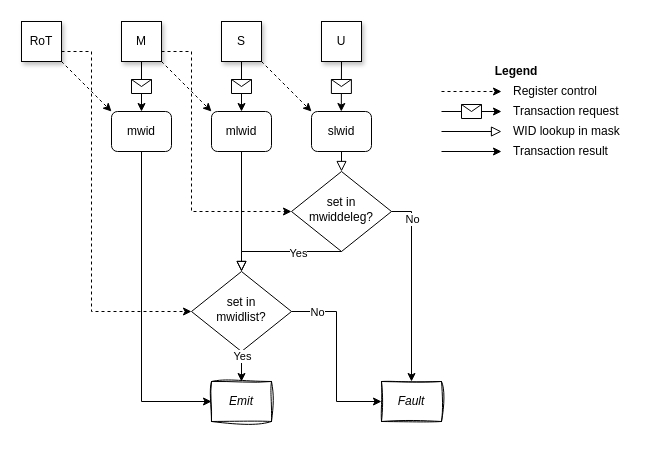
MIPS/riscv-partitioning keeps this draw.io diagram as src/images/WorldID-smwids.drawio. Above is the earlier version. Source tidied: cells renumbered, new cells numbered last; positions are measured from the earlier drawing's top-left corner, leaving out a move shared by most shapes. Both pictures are drawn from the tidied source at 100%, with x=0, y=0 at pixel (21, 21).
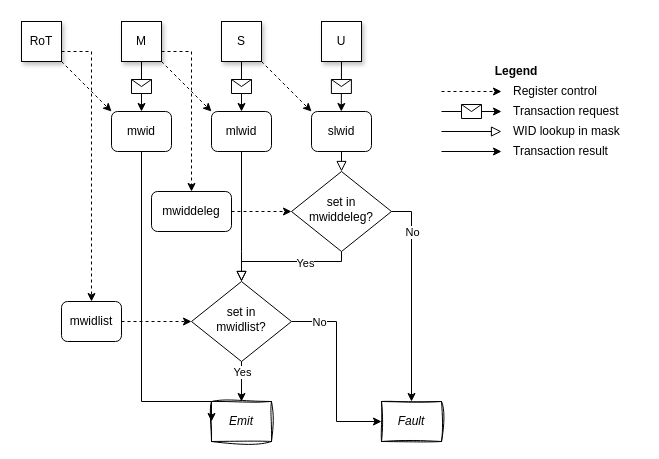
Above is the later version.

Unchanged cells that the change refers to:
```xml
<mxCell id="6" value="mlwid" style="rounded=1;whiteSpace=wrap;html=1;fontSize=12;glass=0;strokeWidth=1;shadow=0;" parent="1" vertex="1">
  <mxGeometry x="190" y="90" width="60" height="40" as="geometry" />
</mxCell>
<mxCell id="10" style="edgeStyle=orthogonalEdgeStyle;rounded=0;jettySize=auto;html=1;exitX=0.5;exitY=1;exitDx=0;exitDy=0;entryX=0.5;entryY=0;entryDx=0;entryDy=0;" parent="1" edge="1" source="8" target="9">
  <mxGeometry relative="1" as="geometry" />
</mxCell>
<mxCell id="12" value="set in&lt;br&gt;mwiddeleg?" style="rhombus;whiteSpace=wrap;html=1;shadow=0;fontFamily=Helvetica;fontSize=12;align=center;strokeWidth=1;spacing=6;spacingTop=-4;" parent="1" vertex="1">
  <mxGeometry x="270" y="150" width="100" height="80" as="geometry" />
</mxCell>
<mxCell id="20" style="edgeStyle=orthogonalEdgeStyle;rounded=0;jettySize=auto;html=1;exitX=1;exitY=0.5;exitDx=0;exitDy=0;entryX=0.5;entryY=0;entryDx=0;entryDy=0;" parent="1" edge="1" source="12" target="17">
  <mxGeometry relative="1" as="geometry" />
</mxCell>
<mxCell id="31" value="RoT" style="rounded=0;whiteSpace=wrap;html=1;fontSize=12;glass=0;strokeWidth=1;shadow=1;" parent="1" vertex="1">
  <mxGeometry width="40" height="40" as="geometry" />
</mxCell>
```

The edit, as a diff of the source:
```diff
@@
     <mxCell id="8" value="set in&lt;br&gt;mwidlist?" style="rhombus;whiteSpace=wrap;html=1;shadow=0;fontFamily=Helvetica;fontSize=12;align=center;strokeWidth=1;spacing=6;spacingTop=-4;" parent="1" vertex="1">
-      <mxGeometry x="170" y="250" width="100" height="80" as="geometry" />
+      <mxGeometry x="170" y="260" width="100" height="80" as="geometry" />
     </mxCell>
     <mxCell id="9" value="Emit" style="rounded=0;whiteSpace=wrap;html=1;fontSize=12;glass=0;strokeWidth=1;shadow=0;sketch=1;curveFitting=1;jiggle=2;fontStyle=2;" parent="1" vertex="1">
-      <mxGeometry x="190" y="360" width="60" height="40" as="geometry" />
+      <mxGeometry x="190" y="380" width="60" height="40" as="geometry" />
     </mxCell>
@@
     <mxCell id="11" value="Yes" style="edgeLabel;html=1;align=center;verticalAlign=middle;" parent="10" vertex="1">
-      <mxGeometry x="-0.72" relative="1" as="geometry" />
+      <mxGeometry x="-0.72" relative="1" as="geometry">
+        <mxPoint y="4" as="offset" />
+      </mxGeometry>
     </mxCell>
@@
     <mxCell id="13" style="rounded=0;html=1;jettySize=auto;fontSize=11;endArrow=block;endFill=0;endSize=8;strokeWidth=1;shadow=0;labelBackgroundColor=none;edgeStyle=orthogonalEdgeStyle;exitX=0.5;exitY=1;exitDx=0;exitDy=0;" parent="1" edge="1" source="6">
       <mxGeometry relative="1" as="geometry">
-        <mxPoint x="220" y="250" as="targetPoint" />
+        <mxPoint x="220" y="260" as="targetPoint" />
         <Array as="points">
           <mxPoint x="220" y="230" />
           <mxPoint x="220" y="230" />
         </Array>
       </mxGeometry>
     </mxCell>
-    <mxCell id="14" style="rounded=0;html=1;jettySize=auto;fontSize=11;endArrow=block;endFill=0;endSize=8;strokeWidth=1;shadow=0;labelBackgroundColor=none;edgeStyle=orthogonalEdgeStyle;exitX=0.5;exitY=1;exitDx=0;exitDy=0;" parent="1" edge="1" source="12" target="8">
+    <mxCell id="14" style="rounded=0;html=1;jettySize=auto;fontSize=11;endArrow=block;endFill=0;endSize=8;strokeWidth=1;shadow=0;labelBackgroundColor=none;edgeStyle=orthogonalEdgeStyle;exitX=0.5;exitY=1;exitDx=0;exitDy=0;" parent="1" edge="1" source="12">
       <mxGeometry relative="1" as="geometry">
+        <mxPoint x="220" y="260" as="targetPoint" />
         <Array as="points">
-          <mxPoint x="220" y="230" />
+          <mxPoint x="320" y="240" />
+          <mxPoint x="220" y="240" />
         </Array>
       </mxGeometry>
     </mxCell>
@@
     <mxCell id="17" value="Fault" style="rounded=0;whiteSpace=wrap;html=1;fontSize=12;glass=0;strokeWidth=1;shadow=0;sketch=1;curveFitting=1;jiggle=2;fillColor=default;fontStyle=2;" parent="1" vertex="1">
-      <mxGeometry x="360" y="360" width="60" height="40" as="geometry" />
+      <mxGeometry x="360" y="380" width="60" height="40" as="geometry" />
     </mxCell>
@@
     <mxCell id="21" value="No" style="edgeLabel;html=1;align=center;verticalAlign=middle;" parent="20" vertex="1">
-      <mxGeometry x="-0.72" relative="1" as="geometry" />
+      <mxGeometry x="-0.72" relative="1" as="geometry">
+        <mxPoint y="11" as="offset" />
+      </mxGeometry>
     </mxCell>
@@
-    <mxCell id="30" style="endArrow=classic;html=1;rounded=0;entryX=0;entryY=0.5;entryDx=0;entryDy=0;dashed=1;edgeStyle=elbowEdgeStyle;" parent="1" edge="1" target="12">
+    <mxCell id="30" style="endArrow=classic;html=1;rounded=0;entryX=0.5;entryY=0;entryDx=0;entryDy=0;dashed=1;edgeStyle=elbowEdgeStyle;" parent="1" edge="1" target="47">
       <mxGeometry relative="1" as="geometry">
         <mxPoint x="140" y="30" as="sourcePoint" />
         <Array as="points">
           <mxPoint x="170" y="110" />
         </Array>
       </mxGeometry>
     </mxCell>
@@
-    <mxCell id="33" style="endArrow=classic;html=1;rounded=0;entryX=0;entryY=0.5;entryDx=0;entryDy=0;dashed=1;edgeStyle=elbowEdgeStyle;exitX=1;exitY=0.75;exitDx=0;exitDy=0;" parent="1" edge="1" source="31" target="8">
+    <mxCell id="33" style="endArrow=classic;html=1;rounded=0;entryX=0.5;entryY=0;entryDx=0;entryDy=0;dashed=1;edgeStyle=elbowEdgeStyle;exitX=1;exitY=0.75;exitDx=0;exitDy=0;" parent="1" edge="1" source="31" target="45">
       <mxGeometry relative="1" as="geometry">
         <Array as="points">
           <mxPoint x="70" y="180" />
         </Array>
       </mxGeometry>
     </mxCell>
@@
+    <mxCell id="45" value="mwidlist" style="rounded=1;whiteSpace=wrap;html=1;fontSize=12;glass=0;strokeWidth=1;shadow=0;fillColor=#FFFFFF;fillStyle=solid;" parent="1" vertex="1">
+      <mxGeometry x="40" y="280" width="60" height="40" as="geometry" />
+    </mxCell>
+    <mxCell id="46" style="endArrow=classic;html=1;rounded=0;entryX=0;entryY=0.5;entryDx=0;entryDy=0;dashed=1;edgeStyle=elbowEdgeStyle;exitX=1;exitY=0.5;exitDx=0;exitDy=0;" parent="1" edge="1" source="45" target="8">
+      <mxGeometry relative="1" as="geometry">
+        <Array as="points">
+          <mxPoint x="140" y="310" />
+        </Array>
+      </mxGeometry>
+    </mxCell>
+    <mxCell id="47" value="mwiddeleg" style="rounded=1;whiteSpace=wrap;html=1;fontSize=12;glass=0;strokeWidth=1;shadow=0;fillColor=#FFFFFF;fillStyle=solid;" parent="1" vertex="1">
+      <mxGeometry x="130" y="170" width="80" height="40" as="geometry" />
+    </mxCell>
+    <mxCell id="48" style="endArrow=classic;html=1;rounded=0;dashed=1;edgeStyle=elbowEdgeStyle;exitX=1;exitY=0.5;exitDx=0;exitDy=0;entryX=0;entryY=0.5;entryDx=0;entryDy=0;" parent="1" edge="1" source="47" target="12">
+      <mxGeometry relative="1" as="geometry">
+        <Array as="points">
+          <mxPoint x="250" y="230" />
+        </Array>
+      </mxGeometry>
+    </mxCell>
```
